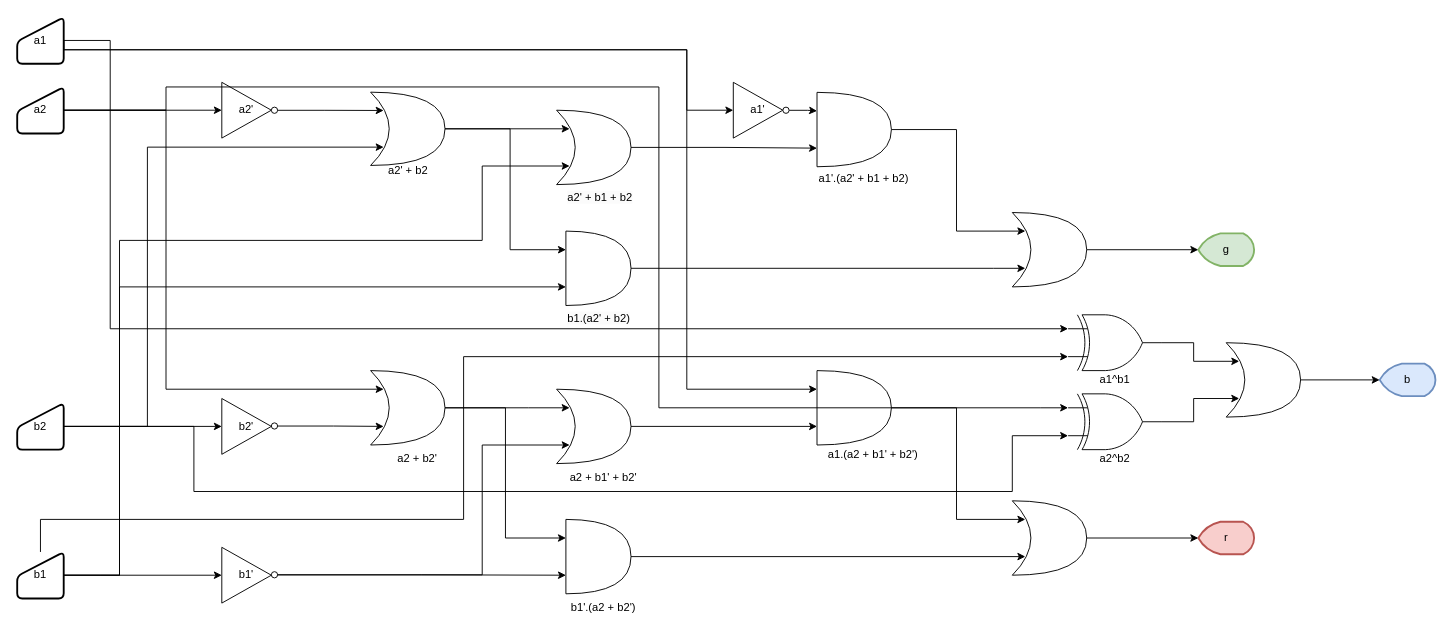
Earlier version of the draw.io diagram Lab-4/docs/lab 4 circuit.drawio (talhaticx/DSD_2023_EE_174). Source tidied: cells renumbered, new cells numbered last; positions are measured from the earlier drawing's top-left corner, leaving out a move shared by most shapes. Both pictures are drawn from the tidied source at 93%, with x=0, y=0 at pixel (17, 17).
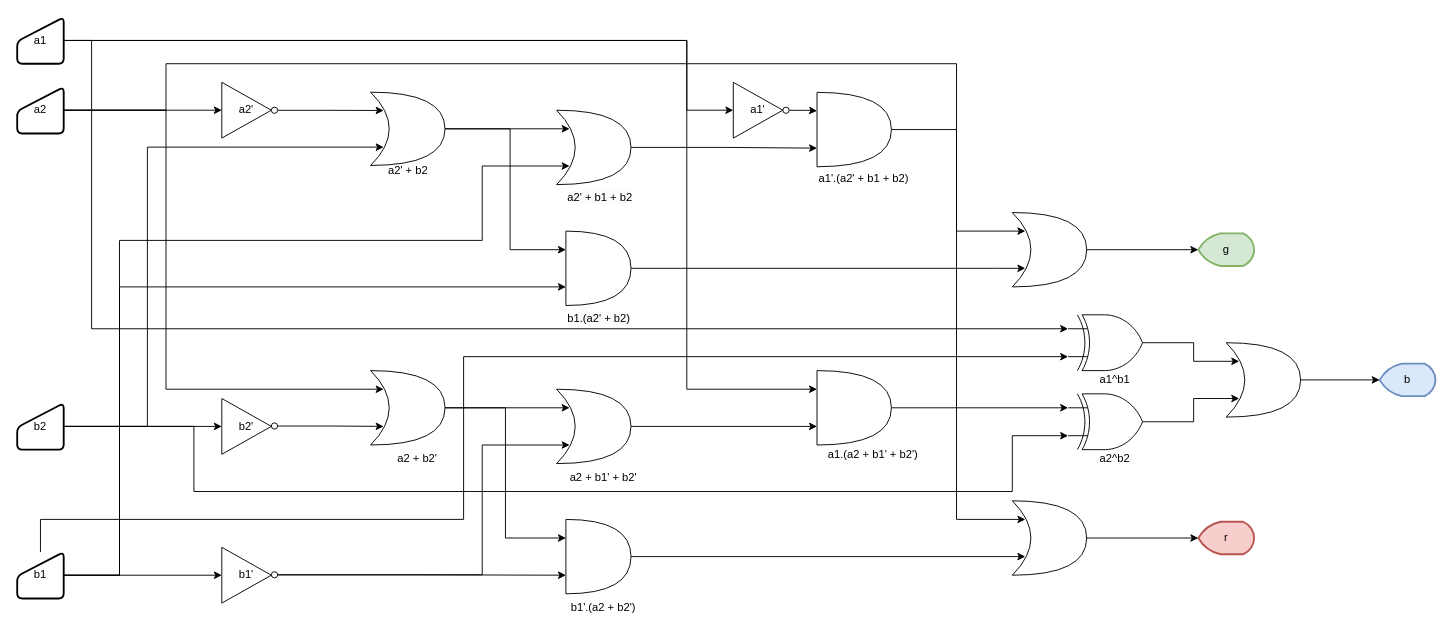
After the change.

Unchanged cells that the change refers to:
```xml
<mxCell id="4" value="a1" style="html=1;strokeWidth=2;shape=manualInput;whiteSpace=wrap;rounded=1;size=26;arcSize=11;" parent="1" vertex="1">
  <mxGeometry width="50" height="50" as="geometry" />
</mxCell>
<mxCell id="24" style="shape=or;whiteSpace=wrap;html=1;" parent="1" vertex="1">
  <mxGeometry x="860" y="380" width="80" height="80" as="geometry" />
</mxCell>
<mxCell id="40" value="a2" style="html=1;strokeWidth=2;shape=manualInput;whiteSpace=wrap;rounded=1;size=26;arcSize=11;" parent="1" vertex="1">
  <mxGeometry y="75" width="50" height="50" as="geometry" />
</mxCell>
<mxCell id="52" value="a1'" style="triangle;whiteSpace=wrap;html=1;strokeColor=#000000;" parent="1" vertex="1">
  <mxGeometry x="770" y="70" width="53.3" height="60" as="geometry" />
</mxCell>
<mxCell id="64" style="verticalLabelPosition=bottom;shadow=0;dashed=0;align=center;html=1;verticalAlign=top;shape=mxgraph.electrical.logic_gates.logic_gate;operation=xor;" parent="1" vertex="1">
  <mxGeometry x="1130" y="320" width="100" height="60" as="geometry" />
</mxCell>
<mxCell id="68" style="verticalLabelPosition=bottom;shadow=0;dashed=0;align=center;html=1;verticalAlign=top;shape=mxgraph.electrical.logic_gates.logic_gate;operation=xor;" parent="1" vertex="1">
  <mxGeometry x="1130" y="405" width="100" height="60" as="geometry" />
</mxCell>
```

Diff of the diagram source:
```diff
@@
     <mxCell id="2" style="edgeStyle=orthogonalEdgeStyle;rounded=0;jettySize=auto;html=1;exitX=1;exitY=0.5;exitDx=0;exitDy=0;entryX=0;entryY=0.25;entryDx=0;entryDy=0;entryPerimeter=0;" parent="1" edge="1" source="4" target="24">
       <mxGeometry relative="1" as="geometry">
         <Array as="points">
-          <mxPoint x="720" y="35" />
+          <mxPoint x="720" y="25" />
           <mxPoint x="720" y="400" />
         </Array>
       </mxGeometry>
     </mxCell>
-    <mxCell id="3" style="edgeStyle=orthogonalEdgeStyle;rounded=0;jettySize=auto;html=1;exitX=1;exitY=0.5;exitDx=0;exitDy=0;entryX=0;entryY=0.5;entryDx=0;entryDy=0;" parent="1" edge="1" source="4" target="52">
+    <mxCell id="3" style="edgeStyle=orthogonalEdgeStyle;rounded=0;orthogonalLoop=1;jettySize=auto;html=1;exitX=1;exitY=0.5;exitDx=0;exitDy=0;entryX=0;entryY=0.5;entryDx=0;entryDy=0;" parent="1" edge="1">
       <mxGeometry relative="1" as="geometry">
+        <mxPoint x="50" y="25" as="sourcePoint" />
+        <mxPoint x="770" y="100" as="targetPoint" />
         <Array as="points">
-          <mxPoint x="720" y="35" />
+          <mxPoint x="720" y="25" />
           <mxPoint x="720" y="100" />
         </Array>
       </mxGeometry>
     </mxCell>
@@
-    <mxCell id="65" style="edgeStyle=orthogonalEdgeStyle;rounded=0;jettySize=auto;html=1;entryX=0;entryY=0.25;entryDx=0;entryDy=0;entryPerimeter=0;" parent="1" edge="1" source="4" target="64">
+    <mxCell id="65" style="edgeStyle=orthogonalEdgeStyle;rounded=0;jettySize=auto;html=1;entryX=0;entryY=0.25;entryDx=0;entryDy=0;entryPerimeter=0;exitX=1;exitY=0.5;exitDx=0;exitDy=0;" parent="1" edge="1" source="4" target="64">
       <mxGeometry relative="1" as="geometry">
         <Array as="points">
-          <mxPoint x="100" y="25" />
-          <mxPoint x="100" y="335" />
+          <mxPoint x="80" y="25" />
+          <mxPoint x="80" y="335" />
         </Array>
       </mxGeometry>
     </mxCell>
@@
     <mxCell id="69" style="edgeStyle=orthogonalEdgeStyle;rounded=0;jettySize=auto;html=1;exitX=1;exitY=0.5;exitDx=0;exitDy=0;entryX=0;entryY=0.25;entryDx=0;entryDy=0;entryPerimeter=0;" parent="1" edge="1" source="40" target="68">
       <mxGeometry relative="1" as="geometry">
         <Array as="points">
           <mxPoint x="160" y="100" />
-          <mxPoint x="160" y="75" />
-          <mxPoint x="690" y="75" />
-          <mxPoint x="690" y="420" />
-          <mxPoint x="1100" y="420" />
+          <mxPoint x="160" y="50" />
+          <mxPoint x="1010" y="50" />
+          <mxPoint x="1010" y="420" />
         </Array>
       </mxGeometry>
     </mxCell>
```
